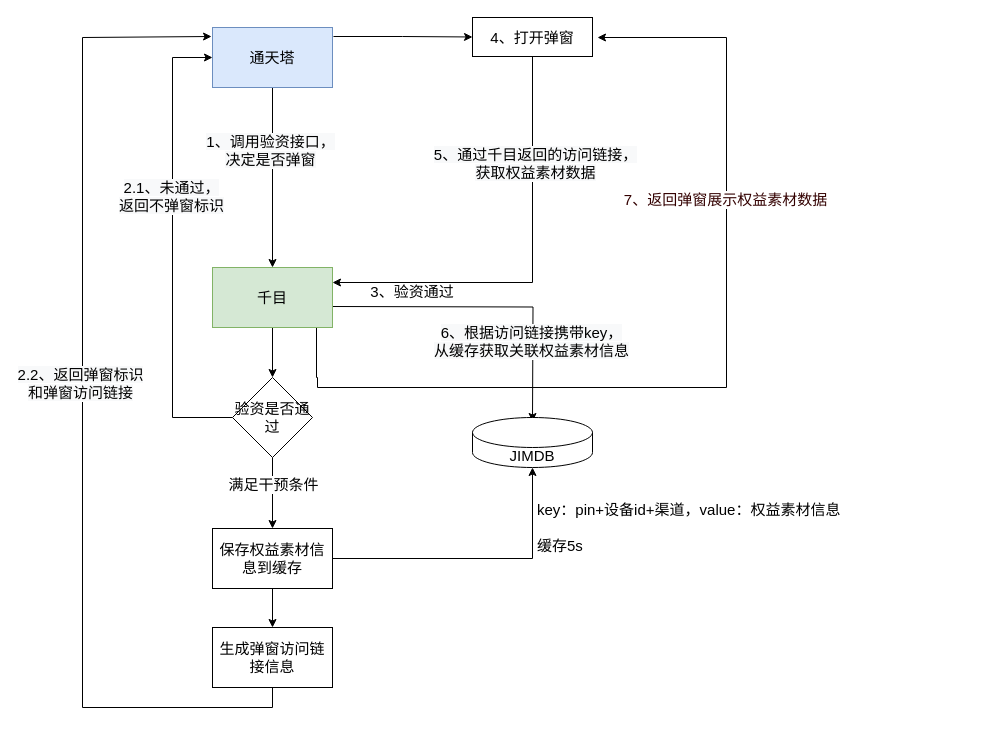
This is 通天塔诺曼底投放链路优化.drawio from BlankKelly/diagrams, a draw.io file, before an edit. Source tidied: cells renumbered, new cells numbered last; positions are measured from the earlier drawing's top-left corner, leaving out a move shared by most shapes. Both pictures are drawn from the tidied source at 100%, with x=0, y=0 at pixel (82, 17).
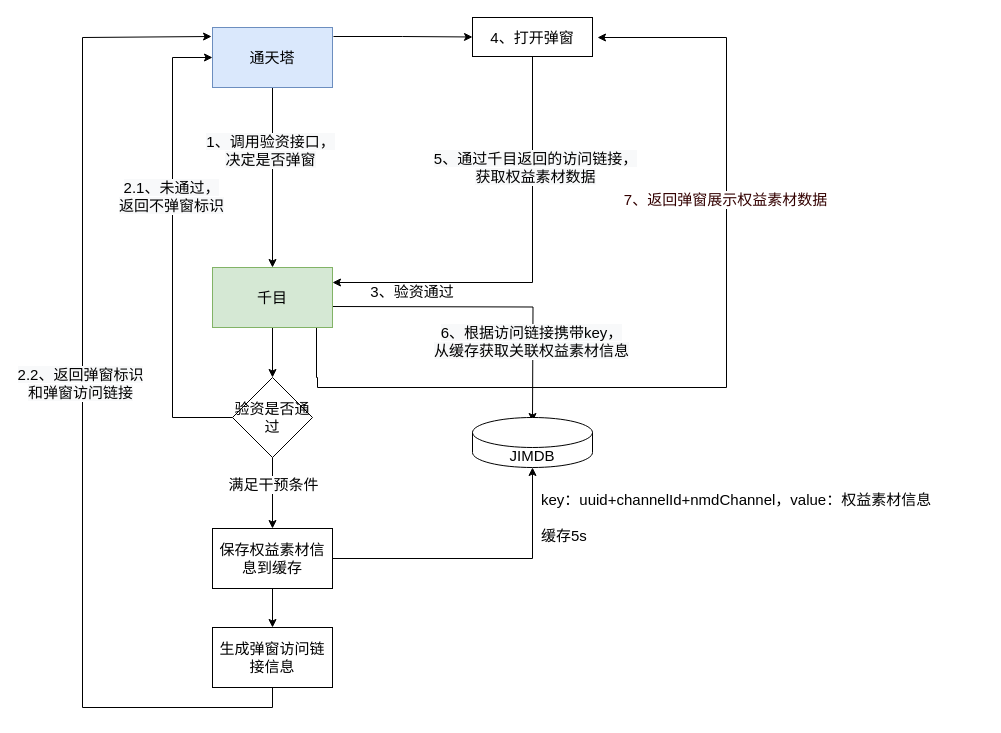
The same diagram, later.

Commit message:
更新通天塔诺曼底投放链路优化.drawio

Unchanged cells that the change refers to:
```xml
<mxCell id="25" value="4、打开弹窗" style="rounded=0;whiteSpace=wrap;html=1;fontSize=15;" parent="1" vertex="1">
  <mxGeometry x="390" width="120" height="39" as="geometry" />
</mxCell>
```

Change to the diagram source:
```diff
@@
-    <mxCell id="23" style="edgeStyle=orthogonalEdgeStyle;rounded=0;orthogonalLoop=1;jettySize=auto;html=1;entryX=1;entryY=0.5;entryDx=0;entryDy=0;exitX=0.5;exitY=1;exitDx=0;exitDy=0;fontSize=15;" parent="1" edge="1">
+    <mxCell id="23" style="edgeStyle=orthogonalEdgeStyle;rounded=0;jettySize=auto;html=1;entryX=1;entryY=0.5;entryDx=0;entryDy=0;exitX=0.5;exitY=1;exitDx=0;exitDy=0;fontSize=15;" parent="1" edge="1" source="25">
       <mxGeometry relative="1" as="geometry">
-        <mxPoint x="450" y="34" as="sourcePoint" />
         <mxPoint x="250" y="265" as="targetPoint" />
         <Array as="points">
           <mxPoint x="450" y="265" />
         </Array>
       </mxGeometry>
     </mxCell>
@@
-    <mxCell id="27" value="key：pin+设备id+渠道，value：权益素材信息&lt;br style=&quot;font-size: 15px;&quot;&gt;&lt;br style=&quot;font-size: 15px;&quot;&gt;缓存5s" style="text;html=1;strokeColor=none;fillColor=none;align=left;verticalAlign=middle;whiteSpace=wrap;rounded=0;fontSize=15;" parent="1" vertex="1">
-      <mxGeometry x="453" y="480" width="317" height="60" as="geometry" />
+    <mxCell id="27" value="key：uuid+channelId+nmdChannel，value：权益素材信息&lt;br style=&quot;font-size: 15px;&quot;&gt;&lt;br style=&quot;font-size: 15px;&quot;&gt;缓存5s" style="text;html=1;strokeColor=none;fillColor=none;align=left;verticalAlign=middle;whiteSpace=wrap;rounded=0;fontSize=15;" parent="1" vertex="1">
+      <mxGeometry x="457" y="470" width="444" height="60" as="geometry" />
     </mxCell>
```
